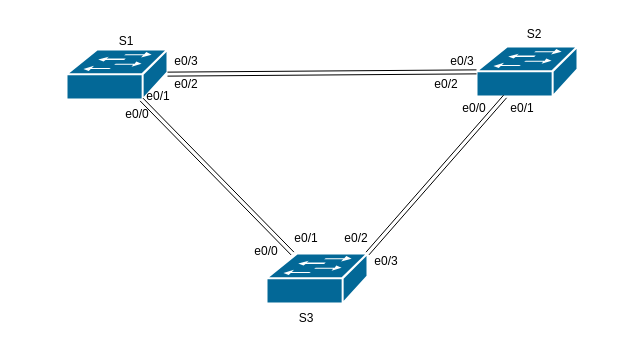
The draw.io diagram lab_02_stp/topology.drawio in alena250892/otus_network_engineer, before the edit. Source tidied: cells renumbered, new cells numbered last; positions are measured from the earlier drawing's top-left corner, leaving out a move shared by most shapes. Both pictures are drawn from the tidied source at 100%, with x=0, y=0 at pixel (66, 19).
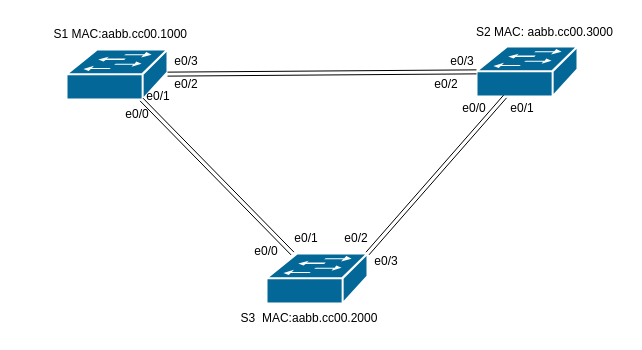
The same page after the edit.

Change to the diagram source:
```diff
@@
-    <mxCell id="8" value="S1" style="text;strokeColor=none;align=center;fillColor=none;html=1;verticalAlign=middle;whiteSpace=wrap;rounded=0;" parent="1" vertex="1">
-      <mxGeometry x="30" y="7" width="60" height="30" as="geometry" />
+    <mxCell id="8" value="S1 MAC:aabb.cc00.1000&amp;nbsp;" style="text;strokeColor=none;align=center;fillColor=none;html=1;verticalAlign=middle;whiteSpace=wrap;rounded=0;" parent="1" vertex="1">
+      <mxGeometry x="-49" width="210" height="30" as="geometry" />
     </mxCell>
-    <mxCell id="9" value="S2" style="text;strokeColor=none;align=center;fillColor=none;html=1;verticalAlign=middle;whiteSpace=wrap;rounded=0;" parent="1" vertex="1">
-      <mxGeometry x="438" width="60" height="30" as="geometry" />
+    <mxCell id="9" value="S2 MAC: aabb.cc00.3000" style="text;strokeColor=none;align=center;fillColor=none;html=1;verticalAlign=middle;whiteSpace=wrap;rounded=0;" parent="1" vertex="1">
+      <mxGeometry x="398" y="-2" width="161" height="30" as="geometry" />
     </mxCell>
-    <mxCell id="10" value="S3" style="text;strokeColor=none;align=center;fillColor=none;html=1;verticalAlign=middle;whiteSpace=wrap;rounded=0;" parent="1" vertex="1">
-      <mxGeometry x="210" y="284" width="60" height="30" as="geometry" />
+    <mxCell id="10" value="S3&amp;nbsp; MAC:aabb.cc00.2000" style="text;strokeColor=none;align=center;fillColor=none;html=1;verticalAlign=middle;whiteSpace=wrap;rounded=0;" parent="1" vertex="1">
+      <mxGeometry x="158" y="284" width="170" height="30" as="geometry" />
     </mxCell>
```
